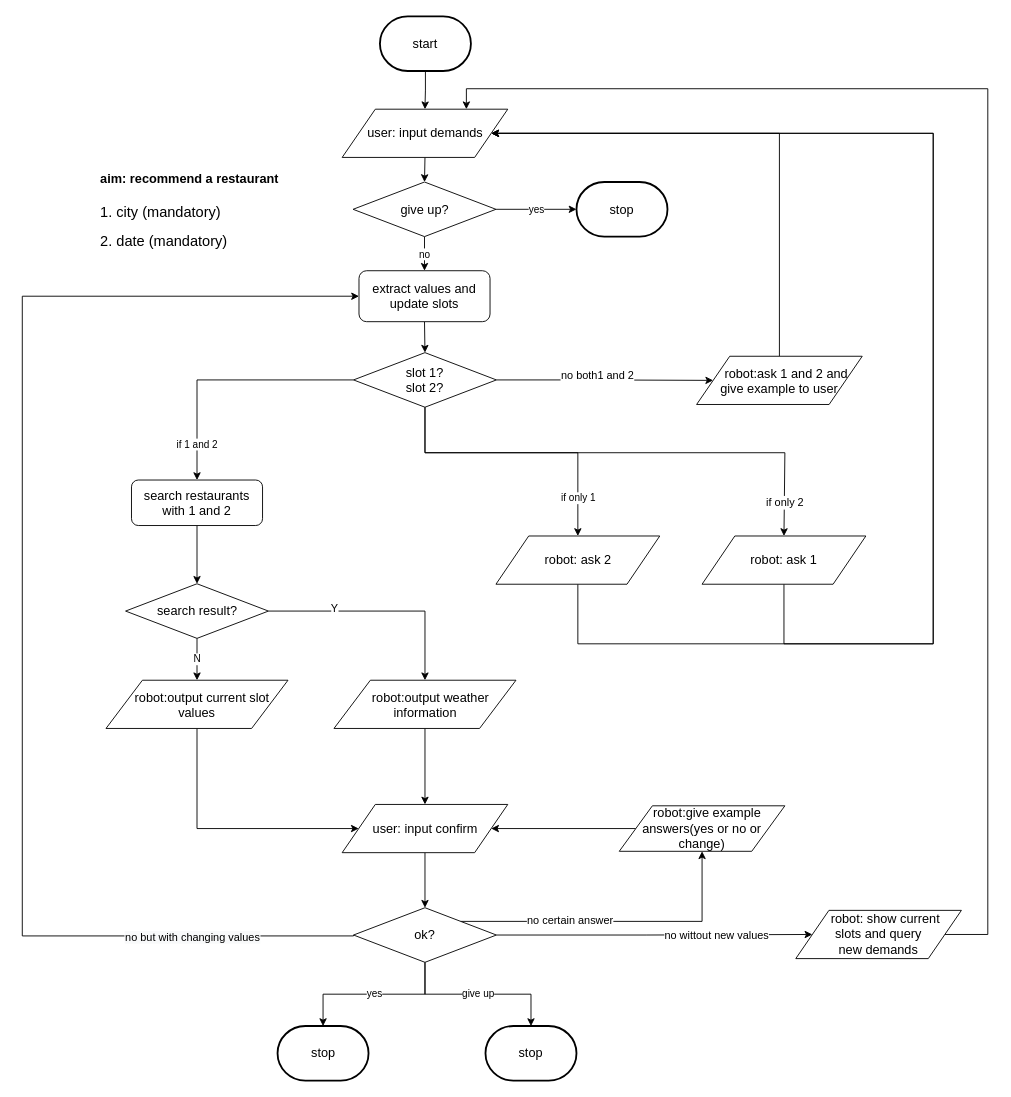
Earlier version of the draw.io diagram flow_diagram/consult_weather.drawio (ricosr/travel_consult_chatbot). Source tidied: cells renumbered, new cells numbered last; positions are measured from the earlier drawing's top-left corner, leaving out a move shared by most shapes. Both pictures are drawn from the tidied source at 91%, with x=0, y=0 at pixel (22, 16).
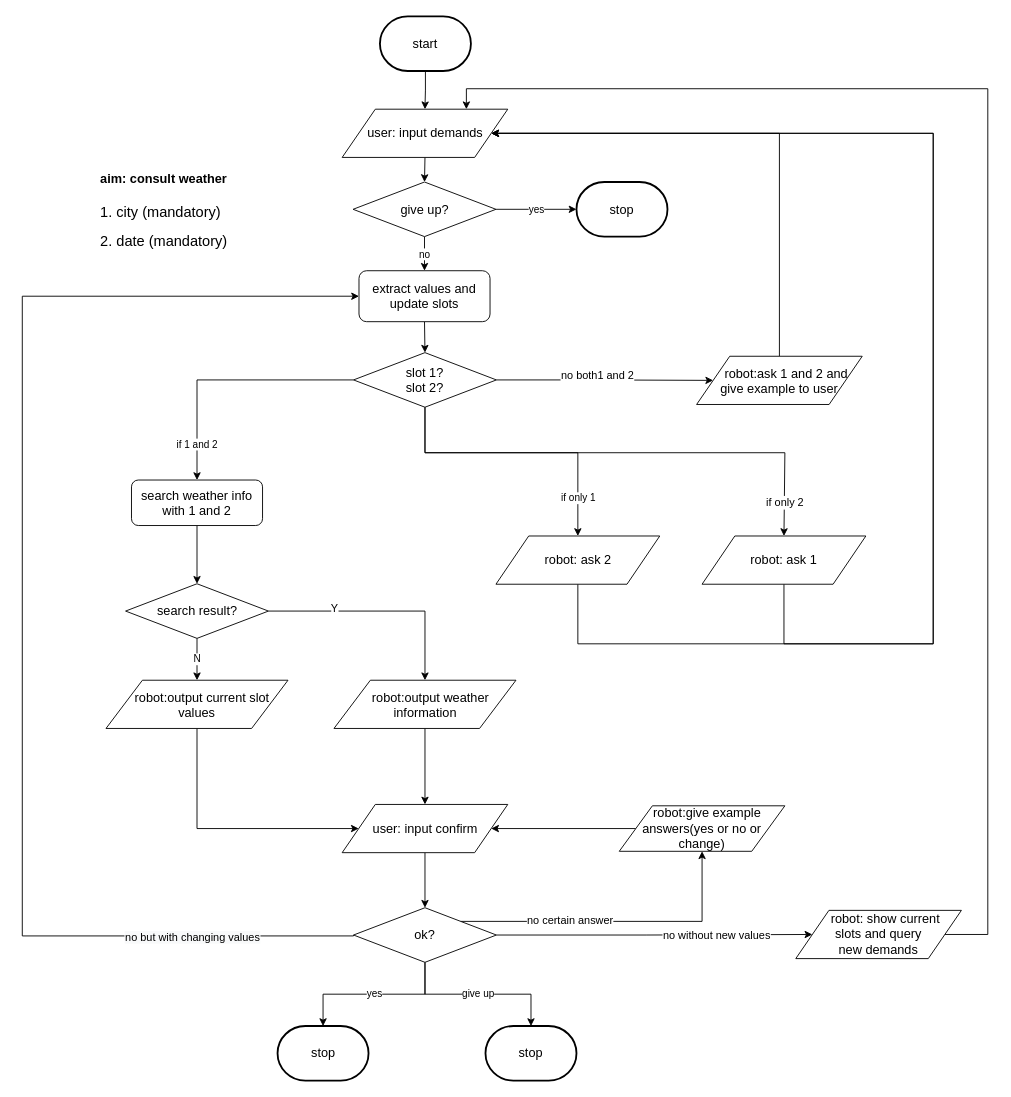
Above is the later version.

The change refers to these unchanged cells:
```xml
<mxCell id="23" style="edgeStyle=orthogonalEdgeStyle;rounded=0;jettySize=auto;html=1;exitX=1;exitY=0.5;exitDx=0;exitDy=0;entryX=0;entryY=0.5;entryDx=0;entryDy=0;" parent="1" edge="1" source="28" target="9">
  <mxGeometry relative="1" as="geometry" />
</mxCell>
```

The edit, as a diff of the source:
```diff
@@
-    <mxCell id="2" value="&lt;h1&gt;&lt;font style=&quot;font-size: 14px&quot;&gt;aim:&amp;nbsp;recommend a restaurant&lt;/font&gt;&lt;/h1&gt;&lt;p&gt;&lt;font size=&quot;3&quot;&gt;1. city (mandatory)&lt;br&gt;&lt;/font&gt;&lt;/p&gt;&lt;p&gt;&lt;font size=&quot;3&quot;&gt;2. date (mandatory)&lt;/font&gt;&lt;/p&gt;" style="text;html=1;strokeColor=none;fillColor=none;spacing=5;spacingTop=-20;whiteSpace=wrap;overflow=hidden;rounded=0;" parent="1" vertex="1">
+    <mxCell id="2" value="&lt;h1&gt;&lt;font style=&quot;font-size: 14px&quot;&gt;aim: consult weather&lt;/font&gt;&lt;/h1&gt;&lt;p&gt;&lt;font size=&quot;3&quot;&gt;1. city (mandatory)&lt;br&gt;&lt;/font&gt;&lt;/p&gt;&lt;p&gt;&lt;font size=&quot;3&quot;&gt;2. date (mandatory)&lt;/font&gt;&lt;/p&gt;" style="text;html=1;strokeColor=none;fillColor=none;spacing=5;spacingTop=-20;whiteSpace=wrap;overflow=hidden;rounded=0;" parent="1" vertex="1">
       <mxGeometry x="80.5" y="154.5" width="250" height="131" as="geometry" />
     </mxCell>
@@
-    <mxCell id="24" value="no wittout new values" style="text;html=1;align=center;verticalAlign=middle;labelBackgroundColor=#ffffff;" parent="23" vertex="1">
+    <mxCell id="24" value="no without new values" style="text;html=1;align=center;verticalAlign=middle;labelBackgroundColor=#ffffff;" parent="23" vertex="1">
       <mxGeometry x="0.39" y="-1" relative="1" as="geometry" />
     </mxCell>
@@
-    <mxCell id="32" value="&lt;span style=&quot;font-size: 14px&quot;&gt;search restaurants with 1 and 2&lt;/span&gt;" style="rounded=1;whiteSpace=wrap;html=1;" parent="1" vertex="1">
+    <mxCell id="32" value="&lt;span style=&quot;font-size: 14px&quot;&gt;search weather info with 1 and 2&lt;/span&gt;" style="rounded=1;whiteSpace=wrap;html=1;" parent="1" vertex="1">
       <mxGeometry x="120" y="509" width="144" height="50" as="geometry" />
     </mxCell>
```
